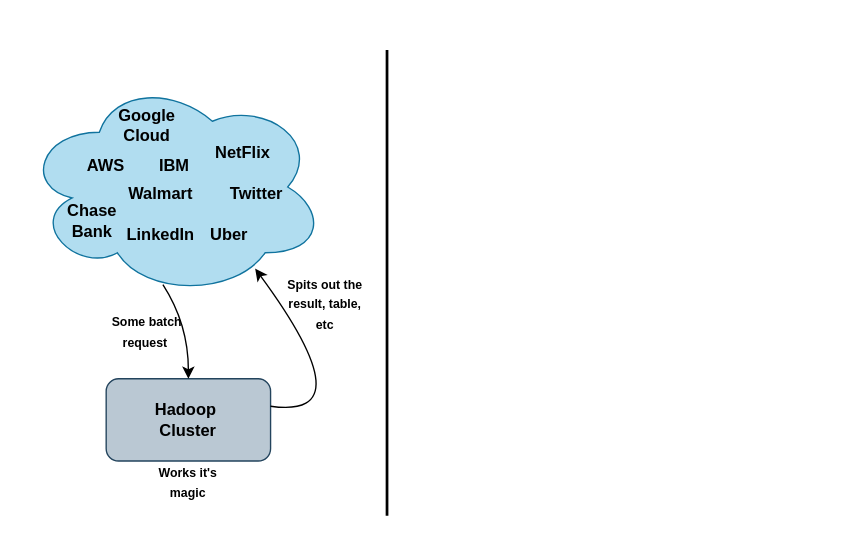
Earlier version of the draw.io diagram HIGHESTLEVEL.drawio (DylanBriSmith/4313Drawings). Source tidied: cells renumbered, new cells numbered last; positions are measured from the earlier drawing's top-left corner, leaving out a move shared by most shapes. Both pictures are drawn from the tidied source at 137%, with x=0, y=0 at pixel (23, 49).
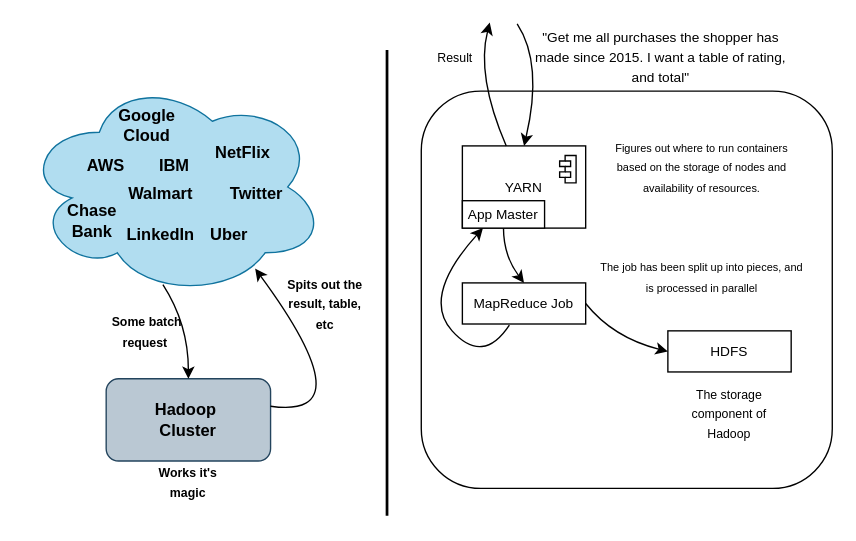
The same diagram, later.

The change refers to these unchanged cells:
```xml
<mxCell id="2" style="ellipse;shape=cloud;whiteSpace=wrap;html=1;fillColor=#b1ddf0;strokeColor=#10739e;" parent="1" vertex="1">
  <mxGeometry y="20" width="220" height="160" as="geometry" />
</mxCell>
<mxCell id="12" style="rounded=1;whiteSpace=wrap;html=1;fillColor=#bac8d3;strokeColor=#23445d;" parent="1" vertex="1">
  <mxGeometry x="60" y="240" width="120" height="60" as="geometry" />
</mxCell>
```

Change to the diagram source:
```diff
@@
-    <mxCell id="14" style="curved=1;endArrow=classic;html=1;rounded=0;exitX=0.461;exitY=0.945;exitDx=0;exitDy=0;exitPerimeter=0;entryX=0.5;entryY=0;entryDx=0;entryDy=0;" parent="1" edge="1" source="2" target="12">
+    <mxCell id="14" style="curved=1;endArrow=classic;html=1;rounded=0;exitX=0.461;exitY=0.945;exitDx=0;exitDy=0;exitPerimeter=0;entryX=0.5;entryY=0;entryDx=0;entryDy=0;strokeColor=light-dark(#000000,#00CC66);" parent="1" edge="1" source="2" target="12">
       <mxGeometry relative="1" as="geometry">
         <Array as="points">
           <mxPoint x="120" y="200" />
         </Array>
       </mxGeometry>
     </mxCell>
@@
+    <mxCell id="20" style="rounded=1;whiteSpace=wrap;html=1;" parent="1" vertex="1">
+      <mxGeometry x="290" y="30" width="300" height="290" as="geometry" />
+    </mxCell>
+    <mxCell id="21" value="&lt;font size=&quot;1&quot;&gt;YARN&lt;/font&gt;" style="html=1;whiteSpace=wrap;" parent="1" vertex="1">
+      <mxGeometry x="320" y="70" width="90" height="60" as="geometry" />
+    </mxCell>
+    <mxCell id="22" style="shape=module;jettyWidth=8;jettyHeight=4;" parent="21" vertex="1">
+      <mxGeometry x="1" width="12" height="20" relative="1" as="geometry">
+        <mxPoint x="-19" y="7" as="offset" />
+      </mxGeometry>
+    </mxCell>
+    <mxCell id="23" style="curved=1;endArrow=classic;html=1;rounded=0;exitX=0.461;exitY=0.945;exitDx=0;exitDy=0;exitPerimeter=0;entryX=0.5;entryY=0;entryDx=0;entryDy=0;strokeColor=light-dark(#000000,#00CC66);" parent="1" edge="1" target="21">
+      <mxGeometry relative="1" as="geometry">
+        <mxPoint x="360" y="-19" as="sourcePoint" />
+        <Array as="points">
+          <mxPoint x="379" y="10" />
+        </Array>
+      </mxGeometry>
+    </mxCell>
+    <mxCell id="24" value="&lt;font style=&quot;font-weight: normal;&quot; size=&quot;1&quot;&gt;&quot;Get me all purchases the shopper has made since 2015. I want a table of rating, and total&quot;&lt;/font&gt;" style="text;html=1;align=center;verticalAlign=middle;whiteSpace=wrap;rounded=0;fontStyle=1;" parent="1" vertex="1">
+      <mxGeometry x="370" y="-10" width="190" height="30" as="geometry" />
+    </mxCell>
+    <mxCell id="25" value="&lt;font style=&quot;font-size: 8px;&quot;&gt;Figures out where to run containers based on the storage of nodes and availability of resources.&lt;/font&gt;" style="text;html=1;align=center;verticalAlign=middle;whiteSpace=wrap;rounded=0;" parent="1" vertex="1">
+      <mxGeometry x="420" y="45" width="150" height="80" as="geometry" />
+    </mxCell>
+    <mxCell id="26" value="&lt;font size=&quot;1&quot;&gt;MapReduce Job&lt;/font&gt;" style="html=1;whiteSpace=wrap;" parent="1" vertex="1">
+      <mxGeometry x="320" y="170" width="90" height="30" as="geometry" />
+    </mxCell>
+    <mxCell id="27" style="curved=1;endArrow=classic;html=1;rounded=0;exitX=0.5;exitY=1;exitDx=0;exitDy=0;entryX=0.5;entryY=0;entryDx=0;entryDy=0;" parent="1" edge="1" source="32" target="26">
+      <mxGeometry relative="1" as="geometry">
+        <Array as="points">
+          <mxPoint x="350" y="150" />
+        </Array>
+      </mxGeometry>
+    </mxCell>
+    <mxCell id="28" style="edgeStyle=orthogonalEdgeStyle;rounded=0;orthogonalLoop=1;jettySize=auto;html=1;exitX=0.5;exitY=1;exitDx=0;exitDy=0;" parent="1" edge="1" source="26" target="26">
+      <mxGeometry relative="1" as="geometry" />
+    </mxCell>
+    <mxCell id="29" value="&lt;font style=&quot;font-size: 8px;&quot;&gt;The job has been split up into pieces, and is processed in parallel&lt;/font&gt;" style="text;html=1;align=center;verticalAlign=middle;whiteSpace=wrap;rounded=0;" parent="1" vertex="1">
+      <mxGeometry x="420" y="125" width="150" height="80" as="geometry" />
+    </mxCell>
+    <mxCell id="30" value="&lt;font size=&quot;1&quot;&gt;HDFS&lt;/font&gt;" style="html=1;whiteSpace=wrap;" parent="1" vertex="1">
+      <mxGeometry x="470" y="205" width="90" height="30" as="geometry" />
+    </mxCell>
+    <mxCell id="31" style="curved=1;endArrow=classic;html=1;rounded=0;exitX=1;exitY=0.5;exitDx=0;exitDy=0;entryX=0;entryY=0.5;entryDx=0;entryDy=0;" parent="1" edge="1" source="26" target="30">
+      <mxGeometry relative="1" as="geometry">
+        <Array as="points">
+          <mxPoint x="430" y="210" />
+        </Array>
+      </mxGeometry>
+    </mxCell>
+    <mxCell id="32" value="&lt;font size=&quot;1&quot;&gt;App Master&lt;/font&gt;" style="html=1;whiteSpace=wrap;" parent="1" vertex="1">
+      <mxGeometry x="320" y="110" width="60" height="20" as="geometry" />
+    </mxCell>
+    <mxCell id="33" style="curved=1;endArrow=classic;html=1;rounded=0;exitX=0.381;exitY=1.025;exitDx=0;exitDy=0;entryX=0.25;entryY=1;entryDx=0;entryDy=0;exitPerimeter=0;" parent="1" edge="1" source="26" target="32">
+      <mxGeometry relative="1" as="geometry">
+        <Array as="points">
+          <mxPoint x="335" y="230" />
+          <mxPoint x="290" y="180" />
+        </Array>
+      </mxGeometry>
+    </mxCell>
+    <mxCell id="34" style="curved=1;endArrow=classic;html=1;rounded=0;" parent="1" edge="1" source="21">
+      <mxGeometry relative="1" as="geometry">
+        <mxPoint x="340" y="-20" as="targetPoint" />
+        <Array as="points">
+          <mxPoint x="330" y="19" />
+        </Array>
+      </mxGeometry>
+    </mxCell>
+    <mxCell id="35" value="&lt;font style=&quot;font-size: 9px;&quot;&gt;The storage component of Hadoop&lt;/font&gt;" style="text;html=1;align=center;verticalAlign=middle;whiteSpace=wrap;rounded=0;" parent="1" vertex="1">
+      <mxGeometry x="485" y="250" width="60" height="30" as="geometry" />
+    </mxCell>
+    <mxCell id="36" value="&lt;font style=&quot;font-size: 9px;&quot;&gt;Result&lt;/font&gt;" style="text;html=1;align=center;verticalAlign=middle;whiteSpace=wrap;rounded=0;" parent="1" vertex="1">
+      <mxGeometry x="285" y="-10" width="60" height="30" as="geometry" />
+    </mxCell>
```
